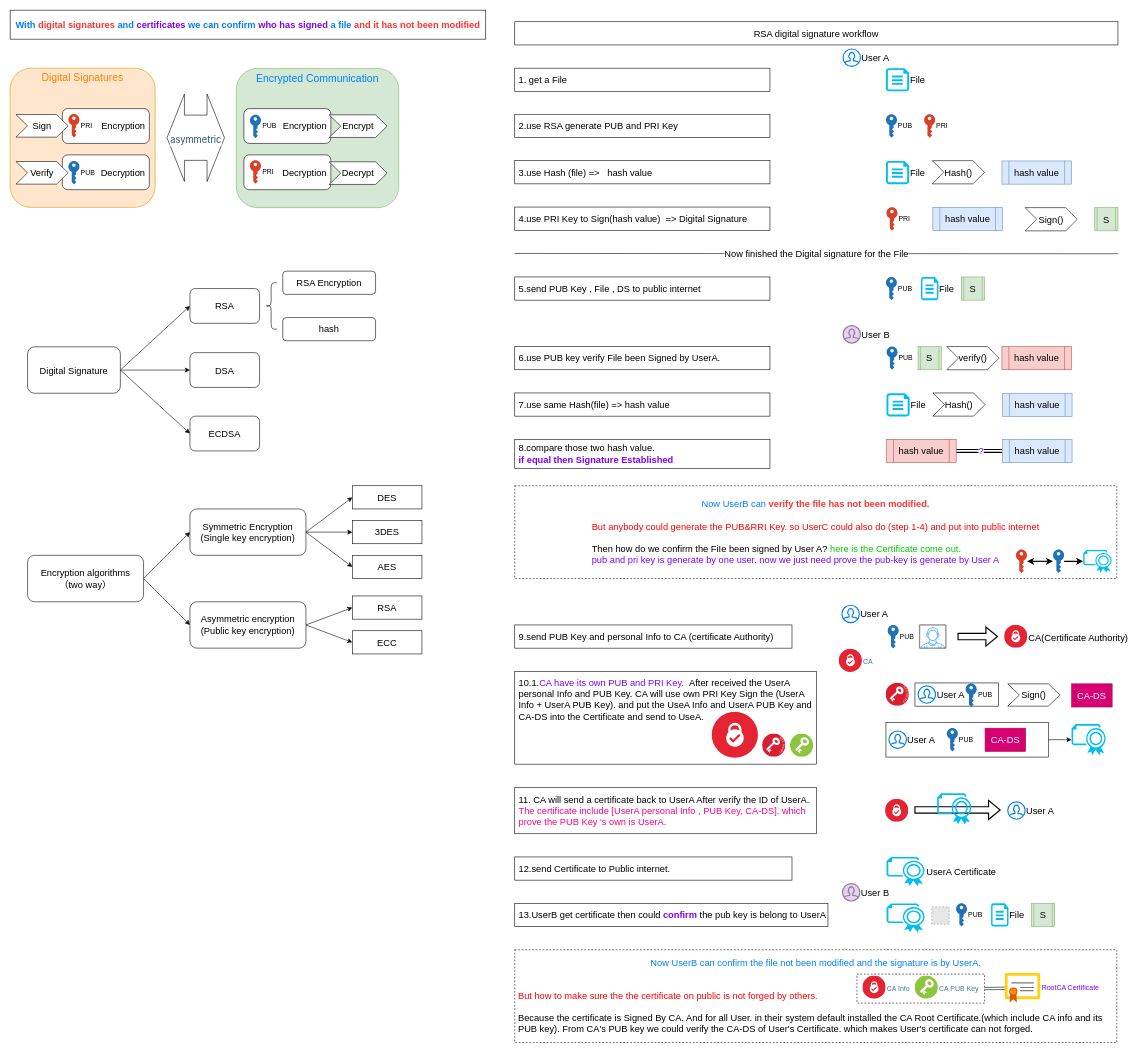
Earlier version of the draw.io diagram page "Digital Signature" (3 of 3) of security/Cryptography.drawio (bayern01kahn/Tech_Diagrams). Source tidied: cells renumbered, new cells numbered last; positions are measured from the earlier drawing's top-left corner, leaving out a move shared by most shapes. Both pictures are drawn from the tidied source at 58%, with x=0, y=0 at pixel (10, 10). Pictures stored in the file or linked from it are replaced by grey dashed boxes.
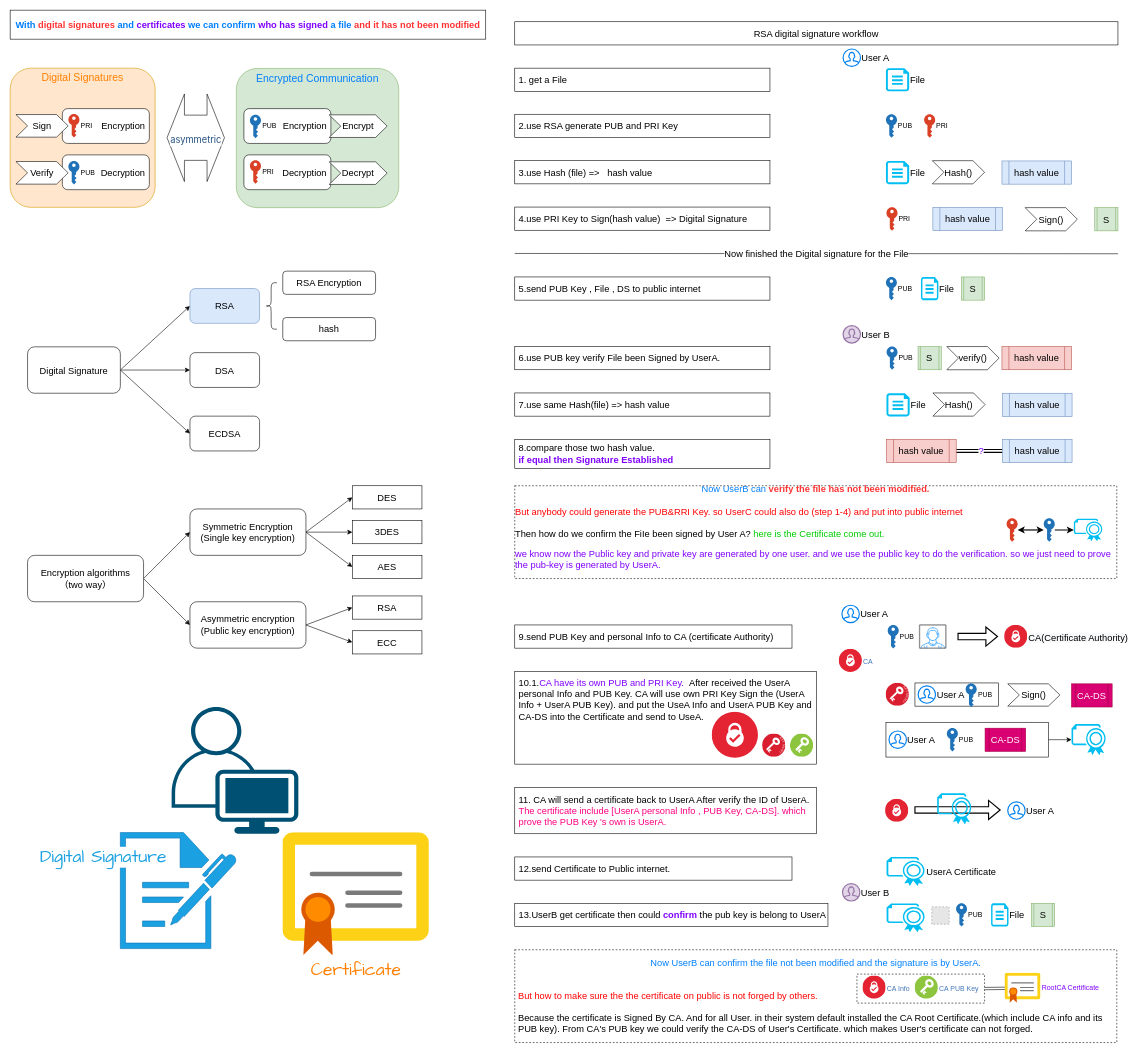
The same page after the edit.

What changed in the source:
```diff
@@
-    <mxCell id="7" value="RSA" style="rounded=1;whiteSpace=wrap;html=1;shadow=0;fontFamily=Helvetica;fontSize=16;fontColor=#000000;" parent="1" vertex="1">
+    <mxCell id="7" value="RSA" style="rounded=1;whiteSpace=wrap;html=1;shadow=0;fontFamily=Helvetica;fontSize=16;fillColor=#dae8fc;strokeColor=#6c8ebf;" parent="1" vertex="1">
       <mxGeometry x="310" y="480" width="120" height="60" as="geometry" />
     </mxCell>
@@
-    <mxCell id="95" value="&lt;font style=&quot;text-align: left;&quot; color=&quot;#007fff&quot;&gt;Now UserB can&amp;nbsp;&lt;/font&gt;&lt;b style=&quot;color: rgb(0, 0, 0); text-align: left;&quot;&gt;&lt;font color=&quot;#ff3333&quot;&gt;verify the file has not been&amp;nbsp;modified.&lt;br&gt;&lt;/font&gt;&lt;/b&gt;&lt;br style=&quot;color: rgb(0, 0, 0); text-align: left;&quot;&gt;&lt;div style=&quot;text-align: left;&quot;&gt;&lt;span style=&quot;color: rgb(255, 0, 0); background-color: initial;&quot;&gt;But anybody could generate the PUB&amp;amp;RRI Key. so UserC could also do (step 1-4) and put into public internet&lt;/span&gt;&lt;/div&gt;&lt;div style=&quot;color: rgb(0, 204, 0); text-align: left;&quot;&gt;&lt;br&gt;&lt;/div&gt;&lt;div style=&quot;text-align: left;&quot;&gt;&lt;span style=&quot;background-color: initial;&quot;&gt;&lt;font color=&quot;#000000&quot;&gt;Then how do we confirm the FiIe been signed by User A?&lt;/font&gt;&lt;font color=&quot;#00cc00&quot;&gt; here is the Certificate come out.&lt;/font&gt;&lt;/span&gt;&lt;/div&gt;&lt;font style=&quot;&quot; color=&quot;#7f00ff&quot;&gt;&lt;div style=&quot;text-align: left;&quot;&gt;&lt;span style=&quot;background-color: initial;&quot;&gt;pub and pri key is generate by one user. now we just need prove the pub-key is generate by User A&lt;/span&gt;&lt;/div&gt;&lt;/font&gt;" style="rounded=0;whiteSpace=wrap;html=1;shadow=0;fontFamily=Helvetica;fontSize=16;fontColor=#FF3333;dashed=1;" parent="1" vertex="1">
+    <mxCell id="95" value="&lt;font style=&quot;text-align: left;&quot; color=&quot;#007fff&quot;&gt;Now UserB can&amp;nbsp;&lt;/font&gt;&lt;b style=&quot;color: rgb(0, 0, 0); text-align: left;&quot;&gt;&lt;font color=&quot;#ff3333&quot;&gt;verify the file has not been&amp;nbsp;modified.&lt;br&gt;&lt;/font&gt;&lt;/b&gt;&lt;br style=&quot;color: rgb(0, 0, 0); text-align: left;&quot;&gt;&lt;div style=&quot;text-align: left;&quot;&gt;&lt;span style=&quot;color: rgb(255, 0, 0); background-color: initial;&quot;&gt;But anybody could generate the PUB&amp;amp;RRI Key. so UserC could also do (step 1-4) and put into public internet&lt;/span&gt;&lt;/div&gt;&lt;div style=&quot;color: rgb(0, 204, 0); text-align: left;&quot;&gt;&lt;br&gt;&lt;/div&gt;&lt;div style=&quot;text-align: left;&quot;&gt;&lt;span style=&quot;background-color: initial;&quot;&gt;&lt;font color=&quot;#000000&quot;&gt;Then how do we confirm the FiIe been signed by User A?&lt;/font&gt;&lt;font color=&quot;#00cc00&quot;&gt; here is the Certificate come out.&lt;/font&gt;&lt;/span&gt;&lt;/div&gt;&lt;font style=&quot;&quot; color=&quot;#7f00ff&quot;&gt;&lt;div style=&quot;text-align: left;&quot;&gt;&lt;p class=&quot;graf graf--p&quot; name=&quot;f68d&quot;&gt;we know now the Public key and private key are generated by one user. and we use the public key to do the verification. so we just need to prove the pub-key is generated by UserA.&lt;/p&gt;&lt;/div&gt;&lt;/font&gt;" style="rounded=0;whiteSpace=wrap;html=1;shadow=0;fontFamily=Helvetica;fontSize=16;fontColor=#FF3333;dashed=1;" parent="1" vertex="1">
       <mxGeometry x="870" y="820" width="1038" height="160" as="geometry" />
     </mxCell>
     <mxCell id="96" style="sketch=0;shadow=0;dashed=0;html=1;strokeColor=none;labelPosition=right;verticalLabelPosition=middle;verticalAlign=middle;outlineConnect=0;align=left;shape=mxgraph.office.security.key_permissions;fillColor=#2072B8;fontSize=12;" parent="1" vertex="1">
-      <mxGeometry x="1798.1" y="930" width="19.1" height="40.5" as="geometry" />
+      <mxGeometry x="1782" y="876" width="19.1" height="40.5" as="geometry" />
     </mxCell>
@@
     <mxCell id="98" style="sketch=0;shadow=0;dashed=0;html=1;strokeColor=none;labelPosition=right;verticalLabelPosition=middle;verticalAlign=middle;outlineConnect=0;align=left;shape=mxgraph.office.security.key_permissions;fillColor=#DA4026;fontSize=12;" parent="1" vertex="1">
-      <mxGeometry x="1734.1" y="930" width="19.1" height="40.5" as="geometry" />
+      <mxGeometry x="1718" y="876" width="19.1" height="40.5" as="geometry" />
     </mxCell>
     <mxCell id="99" style="verticalLabelPosition=bottom;html=1;verticalAlign=top;align=center;strokeColor=none;fillColor=#00BEF2;shape=mxgraph.azure.certificate;rounded=0;shadow=0;fontFamily=Helvetica;fontSize=16;fontColor=#00CC00;" parent="1" vertex="1">
-      <mxGeometry x="1850.1" y="930.8" width="50" height="39" as="geometry" />
+      <mxGeometry x="1834" y="876.8" width="50" height="39" as="geometry" />
     </mxCell>
@@
+    <mxCell id="131" value="&lt;font color=&quot;#ff8000&quot; face=&quot;Comic Sans MS&quot; style=&quot;font-size: 30px;&quot;&gt;Certificate&lt;/font&gt;" style="sketch=0;html=1;align=center;image;fontSize=12;image=img/lib/mscae/Certificate.svg;" parent="1" vertex="1">
+      <mxGeometry x="470" y="1418" width="252.4" height="212" as="geometry" />
+    </mxCell>
+    <mxCell id="132" style="sketch=0;shadow=0;dashed=0;html=1;strokeColor=#006EAF;fillColor=#1ba1e2;labelPosition=center;verticalLabelPosition=bottom;verticalAlign=top;align=center;shape=mxgraph.office.concepts.sign_up;fontFamily=Comic Sans MS;fontSize=30;fontColor=#ffffff;" parent="1" vertex="1">
+      <mxGeometry x="190" y="1418" width="200" height="200" as="geometry" />
+    </mxCell>
+    <mxCell id="133" value="&lt;span style=&quot;font-family: &amp;quot;Comic Sans MS&amp;quot;; font-size: 30px; font-style: normal; font-variant-ligatures: normal; font-variant-caps: normal; font-weight: 400; letter-spacing: normal; orphans: 2; text-align: center; text-indent: 0px; text-transform: none; widows: 2; word-spacing: 0px; -webkit-text-stroke-width: 0px; text-decoration-thickness: initial; text-decoration-style: initial; text-decoration-color: initial; float: none; display: inline !important;&quot;&gt;&lt;font color=&quot;#1ba1e2&quot;&gt;Digital Signature&lt;/font&gt;&lt;/span&gt;" style="text;whiteSpace=wrap;html=1;fontSize=30;fontFamily=Comic Sans MS;labelBackgroundColor=default;" parent="1" vertex="1">
+      <mxGeometry x="50" y="1436" width="270" height="60" as="geometry" />
+    </mxCell>
+    <mxCell id="134" style="verticalLabelPosition=bottom;sketch=0;html=1;verticalAlign=top;align=center;shape=mxgraph.cisco19.user;fillColor=#005073;strokeColor=none;labelBackgroundColor=default;fontFamily=Comic Sans MS;fontSize=30;fontColor=#FF8000;" parent="1" vertex="1">
+      <mxGeometry x="278.4" y="1201.5" width="218.5" height="218.5" as="geometry" />
+    </mxCell>
```
